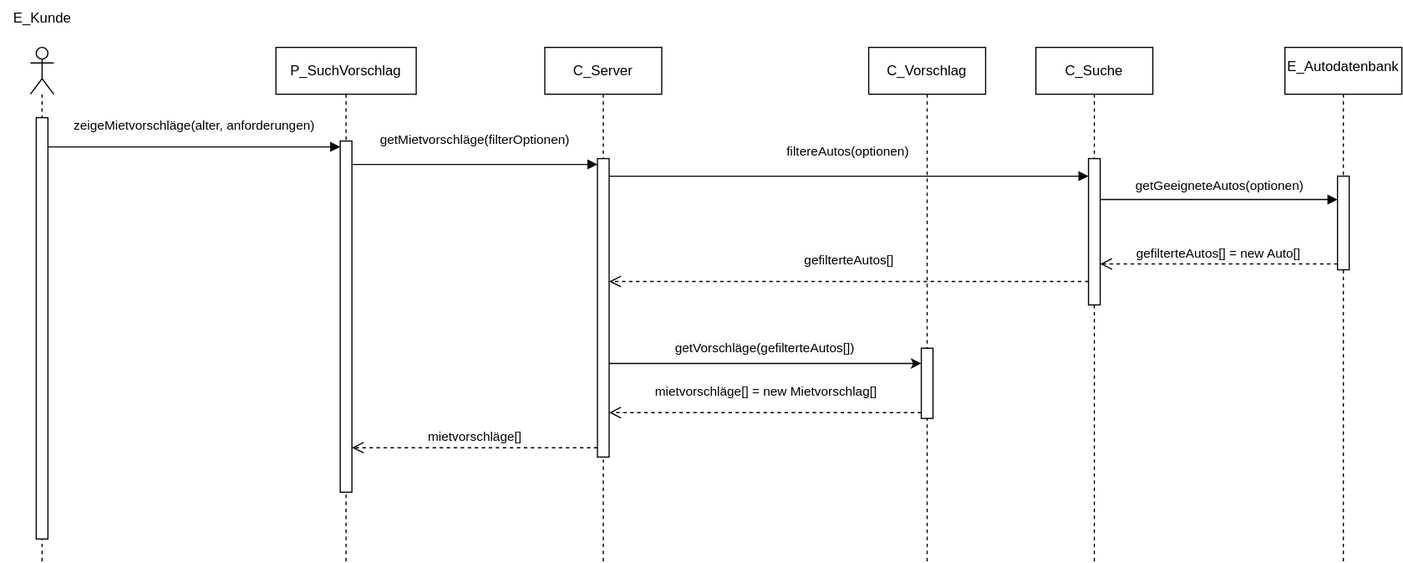
This is sw-eng-05.drawio.svg from MassimiIiano/software-eng-projects-uni, a draw.io export, as it was before one commit. Source tidied: cells renumbered, new cells last; positions are measured from the earlier drawing's top-left corner, leaving out a move shared by most shapes.
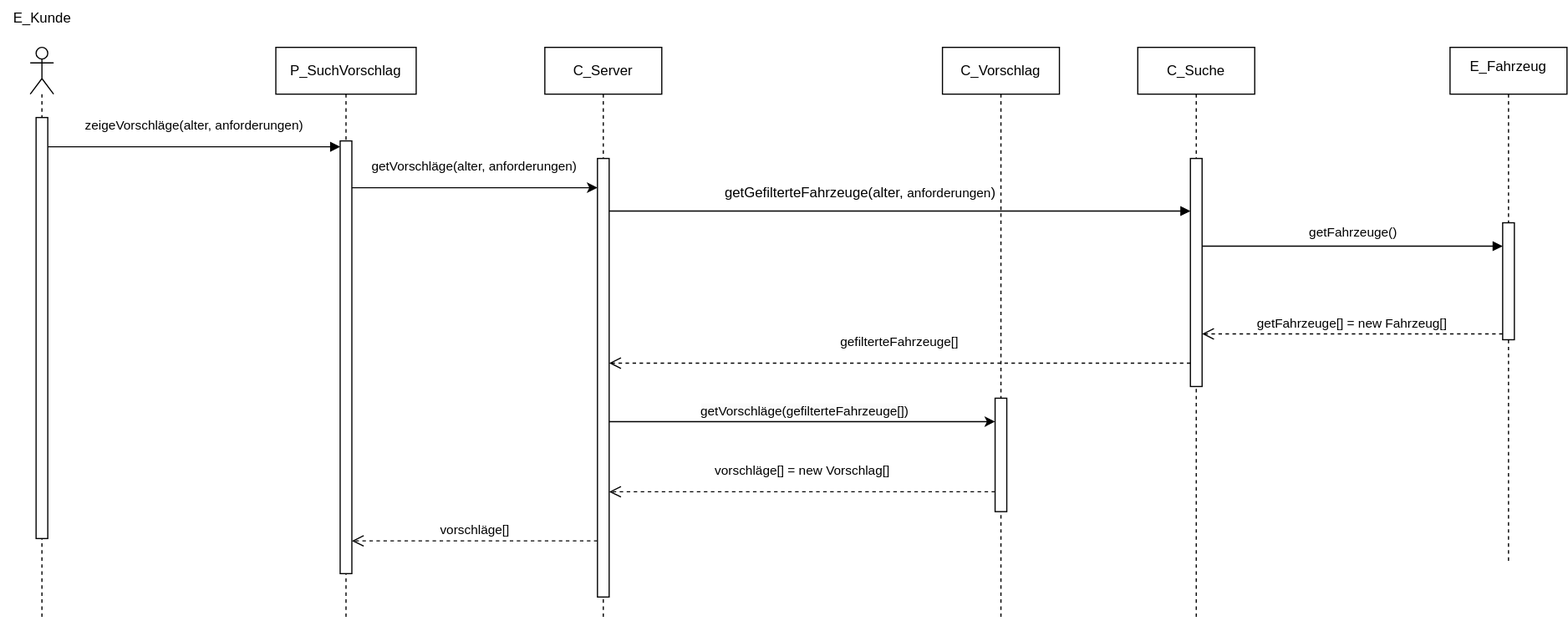
Above is the later version.

What changed in the source:
```diff
@@ -3,91 +3,101 @@
     <mxCell id="0" />
     <mxCell id="1" parent="0" />
     <mxCell id="2" style="shape=umlLifeline;perimeter=lifelinePerimeter;whiteSpace=wrap;html=1;newEdgeStyle={&quot;curved&quot;:0,&quot;rounded&quot;:0};participant=umlActor;" parent="1" vertex="1">
-      <mxGeometry x="25" y="40" width="20" height="440" as="geometry" />
+      <mxGeometry x="25" y="40" width="20" height="490" as="geometry" />
     </mxCell>
     <mxCell id="3" style="html=1;points=[[0,0,0,0,5],[0,1,0,0,-5],[1,0,0,0,5],[1,1,0,0,-5]];perimeter=orthogonalPerimeter;outlineConnect=0;targetShapes=umlLifeline;portConstraint=eastwest;newEdgeStyle={&quot;curved&quot;:0,&quot;rounded&quot;:0};" parent="2" vertex="1">
       <mxGeometry x="5" y="60" width="10" height="360" as="geometry" />
     </mxCell>
     <mxCell id="4" value="P_SuchVorschlag" style="shape=umlLifeline;perimeter=lifelinePerimeter;whiteSpace=wrap;html=1;newEdgeStyle={&quot;curved&quot;:0,&quot;rounded&quot;:0};" parent="1" vertex="1">
-      <mxGeometry x="235" y="40" width="120" height="440" as="geometry" />
+      <mxGeometry x="235" y="40" width="120" height="490" as="geometry" />
     </mxCell>
     <mxCell id="5" style="html=1;points=[[0,0,0,0,5],[0,1,0,0,-5],[1,0,0,0,5],[1,1,0,0,-5]];perimeter=orthogonalPerimeter;outlineConnect=0;targetShapes=umlLifeline;portConstraint=eastwest;newEdgeStyle={&quot;curved&quot;:0,&quot;rounded&quot;:0};" parent="4" vertex="1">
-      <mxGeometry x="55" y="80" width="10" height="300" as="geometry" />
+      <mxGeometry x="55" y="80" width="10" height="370" as="geometry" />
     </mxCell>
     <mxCell id="6" value="&lt;table&gt;&lt;tbody&gt;&lt;tr&gt;&lt;td&gt;C_Suche&lt;table&gt;&lt;tbody&gt;&lt;tr&gt;&lt;/tr&gt;&lt;/tbody&gt;&lt;/table&gt;&lt;/td&gt;&lt;/tr&gt;&lt;/tbody&gt;&lt;/table&gt;" style="shape=umlLifeline;perimeter=lifelinePerimeter;whiteSpace=wrap;html=1;newEdgeStyle={&quot;curved&quot;:0,&quot;rounded&quot;:0};" parent="1" vertex="1">
-      <mxGeometry x="885" y="40" width="100" height="440" as="geometry" />
+      <mxGeometry x="972" y="40" width="100" height="490" as="geometry" />
     </mxCell>
     <mxCell id="7" style="html=1;points=[[0,0,0,0,5],[0,1,0,0,-5],[1,0,0,0,5],[1,1,0,0,-5]];perimeter=orthogonalPerimeter;outlineConnect=0;targetShapes=umlLifeline;portConstraint=eastwest;newEdgeStyle={&quot;curved&quot;:0,&quot;rounded&quot;:0};" parent="6" vertex="1">
-      <mxGeometry x="45" y="95" width="10" height="125" as="geometry" />
+      <mxGeometry x="45" y="95" width="10" height="195" as="geometry" />
     </mxCell>
-    <mxCell id="8" value="&lt;table&gt;&lt;tbody&gt;&lt;tr&gt;&lt;td&gt;E_Autodatenbank&lt;/td&gt;&lt;/tr&gt;&lt;/tbody&gt;&lt;/table&gt;&lt;table&gt;&lt;tbody&gt;&lt;tr&gt;&lt;td&gt;&lt;/td&gt;&lt;/tr&gt;&lt;/tbody&gt;&lt;/table&gt;" style="shape=umlLifeline;perimeter=lifelinePerimeter;whiteSpace=wrap;html=1;newEdgeStyle={&quot;curved&quot;:0,&quot;rounded&quot;:0};" parent="1" vertex="1">
-      <mxGeometry x="1098" y="40" width="100" height="440" as="geometry" />
+    <mxCell id="8" value="&lt;table&gt;&lt;tbody&gt;&lt;tr&gt;&lt;td&gt;E_Fahrzeug&lt;/td&gt;&lt;/tr&gt;&lt;/tbody&gt;&lt;/table&gt;&lt;table&gt;&lt;tbody&gt;&lt;tr&gt;&lt;td&gt;&lt;/td&gt;&lt;/tr&gt;&lt;/tbody&gt;&lt;/table&gt;" style="shape=umlLifeline;perimeter=lifelinePerimeter;whiteSpace=wrap;html=1;newEdgeStyle={&quot;curved&quot;:0,&quot;rounded&quot;:0};" parent="1" vertex="1">
+      <mxGeometry x="1239" y="40" width="100" height="440" as="geometry" />
     </mxCell>
     <mxCell id="9" style="html=1;points=[[0,0,0,0,5],[0,1,0,0,-5],[1,0,0,0,5],[1,1,0,0,-5]];perimeter=orthogonalPerimeter;outlineConnect=0;targetShapes=umlLifeline;portConstraint=eastwest;newEdgeStyle={&quot;curved&quot;:0,&quot;rounded&quot;:0};" parent="8" vertex="1">
-      <mxGeometry x="45" y="110" width="10" height="80" as="geometry" />
+      <mxGeometry x="45" y="150" width="10" height="100" as="geometry" />
     </mxCell>
-    <mxCell id="10" value="&lt;table&gt;&lt;tbody&gt;&lt;tr&gt;&lt;td&gt;zeigeMietvorschläge(alter, anforderungen)&lt;/td&gt;&lt;/tr&gt;&lt;/tbody&gt;&lt;/table&gt;&lt;table&gt;&lt;tbody&gt;&lt;tr&gt;&lt;td&gt;&lt;/td&gt;&lt;/tr&gt;&lt;/tbody&gt;&lt;/table&gt;" style="html=1;verticalAlign=bottom;endArrow=block;curved=0;rounded=0;entryX=0;entryY=0;entryDx=0;entryDy=5;" parent="1" edge="1" source="3" target="5">
+    <mxCell id="10" value="&lt;table&gt;&lt;tbody&gt;&lt;tr&gt;&lt;td&gt;zeigeVorschläge(alter, anforderungen)&lt;/td&gt;&lt;/tr&gt;&lt;/tbody&gt;&lt;/table&gt;&lt;table&gt;&lt;tbody&gt;&lt;tr&gt;&lt;td&gt;&lt;/td&gt;&lt;/tr&gt;&lt;/tbody&gt;&lt;/table&gt;" style="html=1;verticalAlign=bottom;endArrow=block;curved=0;rounded=0;entryX=0;entryY=0;entryDx=0;entryDy=5;" parent="1" edge="1" source="3" target="5">
       <mxGeometry relative="1" as="geometry" />
     </mxCell>
-    <mxCell id="11" value="&lt;table&gt;&lt;tbody&gt;&lt;tr&gt;&lt;td&gt;&lt;table&gt;&lt;tbody&gt;&lt;tr&gt;&lt;td&gt;getMietvorschläge(filterOptionen)&lt;/td&gt;&lt;/tr&gt;&lt;/tbody&gt;&lt;/table&gt;&lt;table&gt;&lt;tbody&gt;&lt;tr&gt;&lt;td&gt;&lt;/td&gt;&lt;/tr&gt;&lt;/tbody&gt;&lt;/table&gt;&lt;table&gt;&lt;tbody&gt;&lt;tr&gt;&lt;/tr&gt;&lt;/tbody&gt;&lt;/table&gt;&lt;/td&gt;&lt;/tr&gt;&lt;/tbody&gt;&lt;/table&gt;" style="html=1;verticalAlign=bottom;endArrow=block;curved=0;rounded=0;entryX=0;entryY=0;entryDx=0;entryDy=5;entryPerimeter=0;" parent="1" edge="1" source="5" target="20">
-      <mxGeometry relative="1" as="geometry" />
-    </mxCell>
-    <mxCell id="12" value="&lt;table&gt;&lt;tbody&gt;&lt;tr&gt;&lt;td&gt;getGeeigneteAutos(optionen)&lt;/td&gt;&lt;/tr&gt;&lt;/tbody&gt;&lt;/table&gt;" style="html=1;verticalAlign=bottom;endArrow=block;curved=0;rounded=0;entryX=0;entryY=0;entryDx=0;entryDy=5;" parent="1" edge="1">
+    <mxCell id="12" value="&lt;table&gt;&lt;tbody&gt;&lt;tr&gt;&lt;td&gt;getFahrzeuge()&lt;/td&gt;&lt;/tr&gt;&lt;/tbody&gt;&lt;/table&gt;" style="html=1;verticalAlign=bottom;endArrow=block;curved=0;rounded=0;" parent="1" edge="1" target="9">
       <mxGeometry relative="1" as="geometry">
-        <mxPoint x="940" y="170" as="sourcePoint" />
-        <mxPoint x="1143" y="170" as="targetPoint" />
+        <mxPoint x="1027" y="210" as="sourcePoint" />
       </mxGeometry>
     </mxCell>
-    <mxCell id="13" value="gefilterteAutos[] = new Auto[]" style="html=1;verticalAlign=bottom;endArrow=open;dashed=1;endSize=8;curved=0;rounded=0;exitX=0;exitY=1;exitDx=0;exitDy=-5;" parent="1" edge="1" source="9" target="7">
+    <mxCell id="13" value="getFahrzeuge[] = new Fahrzeug[]" style="html=1;verticalAlign=bottom;endArrow=open;dashed=1;endSize=8;curved=0;rounded=0;exitX=0;exitY=1;exitDx=0;exitDy=-5;" parent="1" edge="1" source="9" target="7">
       <mxGeometry relative="1" as="geometry" />
     </mxCell>
     <mxCell id="14" value="E_Kunde" style="text;html=1;align=center;verticalAlign=middle;strokeColor=none;fillColor=none;" parent="1" vertex="1">
       <mxGeometry width="70" height="30" as="geometry" />
     </mxCell>
     <mxCell id="15" value="C_Vorschlag" style="shape=umlLifeline;perimeter=lifelinePerimeter;whiteSpace=wrap;html=1;newEdgeStyle={&quot;curved&quot;:0,&quot;rounded&quot;:0};" parent="1" vertex="1">
-      <mxGeometry x="742" y="40" width="100" height="440" as="geometry" />
+      <mxGeometry x="805" y="40" width="100" height="490" as="geometry" />
     </mxCell>
     <mxCell id="16" style="html=1;points=[[0,0,0,0,5],[0,1,0,0,-5],[1,0,0,0,5],[1,1,0,0,-5]];perimeter=orthogonalPerimeter;outlineConnect=0;targetShapes=umlLifeline;portConstraint=eastwest;newEdgeStyle={&quot;curved&quot;:0,&quot;rounded&quot;:0};" parent="15" vertex="1">
-      <mxGeometry x="45" y="257" width="10" height="60" as="geometry" />
+      <mxGeometry x="45" y="300" width="10" height="97" as="geometry" />
     </mxCell>
-    <mxCell id="17" value="mietvorschläge[]" style="html=1;verticalAlign=bottom;endArrow=open;dashed=1;endSize=8;curved=0;rounded=0;exitX=0;exitY=1;exitDx=0;exitDy=-5;exitPerimeter=0;" parent="1" edge="1">
+    <mxCell id="17" value="vorschläge[]" style="html=1;verticalAlign=bottom;endArrow=open;dashed=1;endSize=8;curved=0;rounded=0;exitX=0;exitY=1;exitDx=0;exitDy=-5;exitPerimeter=0;" parent="1" edge="1">
       <mxGeometry relative="1" as="geometry">
-        <mxPoint x="510" y="382" as="sourcePoint" />
-        <mxPoint x="300" y="382" as="targetPoint" />
+        <mxPoint x="510" y="462" as="sourcePoint" />
+        <mxPoint x="300" y="462" as="targetPoint" />
       </mxGeometry>
     </mxCell>
-    <mxCell id="18" value="&lt;table&gt;&lt;tbody&gt;&lt;tr&gt;&lt;td&gt;gefilterteAutos[]&lt;/td&gt;&lt;/tr&gt;&lt;/tbody&gt;&lt;/table&gt;&lt;table&gt;&lt;tbody&gt;&lt;tr&gt;&lt;td&gt;&lt;/td&gt;&lt;/tr&gt;&lt;/tbody&gt;&lt;/table&gt;" style="html=1;verticalAlign=bottom;endArrow=open;dashed=1;endSize=8;curved=0;rounded=0;exitX=0;exitY=1;exitDx=0;exitDy=-5;exitPerimeter=0;" parent="1" edge="1">
+    <mxCell id="18" value="&lt;table&gt;&lt;tbody&gt;&lt;tr&gt;&lt;td&gt;gefilterteFahrzeuge[]&lt;/td&gt;&lt;/tr&gt;&lt;/tbody&gt;&lt;/table&gt;&lt;table&gt;&lt;tbody&gt;&lt;tr&gt;&lt;td&gt;&lt;/td&gt;&lt;/tr&gt;&lt;/tbody&gt;&lt;/table&gt;" style="html=1;verticalAlign=bottom;endArrow=open;dashed=1;endSize=8;curved=0;rounded=0;" parent="1" edge="1" source="7">
       <mxGeometry relative="1" as="geometry">
-        <mxPoint x="930" y="240" as="sourcePoint" />
-        <mxPoint x="520" y="240" as="targetPoint" />
+        <mxPoint x="520" y="310" as="targetPoint" />
       </mxGeometry>
     </mxCell>
     <mxCell id="19" value="C_Server" style="shape=umlLifeline;perimeter=lifelinePerimeter;whiteSpace=wrap;html=1;newEdgeStyle={&quot;curved&quot;:0,&quot;rounded&quot;:0};" parent="1" vertex="1">
-      <mxGeometry x="465" y="40" width="100" height="440" as="geometry" />
+      <mxGeometry x="465" y="40" width="100" height="490" as="geometry" />
     </mxCell>
     <mxCell id="20" style="html=1;points=[[0,0,0,0,5],[0,1,0,0,-5],[1,0,0,0,5],[1,1,0,0,-5]];perimeter=orthogonalPerimeter;outlineConnect=0;targetShapes=umlLifeline;portConstraint=eastwest;newEdgeStyle={&quot;curved&quot;:0,&quot;rounded&quot;:0};" parent="19" vertex="1">
-      <mxGeometry x="45" y="95" width="10" height="255" as="geometry" />
+      <mxGeometry x="45" y="95" width="10" height="375" as="geometry" />
     </mxCell>
-    <mxCell id="21" value="&lt;table&gt;&lt;tbody&gt;&lt;tr&gt;&lt;td&gt;&lt;table&gt;&lt;tbody&gt;&lt;tr&gt;&lt;td&gt;filtereAutos(optionen)&lt;/td&gt;&lt;/tr&gt;&lt;/tbody&gt;&lt;/table&gt;&lt;table&gt;&lt;tbody&gt;&lt;tr&gt;&lt;td&gt;&lt;/td&gt;&lt;/tr&gt;&lt;/tbody&gt;&lt;/table&gt;&lt;table&gt;&lt;tbody&gt;&lt;tr&gt;&lt;/tr&gt;&lt;/tbody&gt;&lt;/table&gt;&lt;/td&gt;&lt;/tr&gt;&lt;/tbody&gt;&lt;/table&gt;" style="html=1;verticalAlign=bottom;endArrow=block;curved=0;rounded=0;entryX=0;entryY=0;entryDx=0;entryDy=5;exitX=1;exitY=0;exitDx=0;exitDy=5;exitPerimeter=0;entryPerimeter=0;" parent="1" edge="1">
-      <mxGeometry relative="1" as="geometry">
-        <mxPoint x="520" y="150" as="sourcePoint" />
-        <mxPoint x="930" y="150" as="targetPoint" />
+    <mxCell id="21" style="html=1;verticalAlign=bottom;endArrow=block;curved=0;rounded=0;exitX=1;exitY=0;exitDx=0;exitDy=5;exitPerimeter=0;" parent="1" edge="1" target="7">
+      <mxGeometry x="-0.05" relative="1" as="geometry">
+        <mxPoint x="520" y="180" as="sourcePoint" />
       </mxGeometry>
     </mxCell>
     <mxCell id="22" value="&lt;table&gt;&lt;tbody&gt;&lt;tr&gt;&lt;td&gt;&lt;/td&gt;&lt;/tr&gt;&lt;/tbody&gt;&lt;/table&gt;" style="text;html=1;align=center;verticalAlign=middle;strokeColor=none;fillColor=none;" parent="1" vertex="1">
-      <mxGeometry x="630" y="280" width="30" height="20" as="geometry" />
+      <mxGeometry x="630" y="360" width="30" height="20" as="geometry" />
     </mxCell>
-    <mxCell id="23" value="&lt;table&gt;&lt;tbody&gt;&lt;tr&gt;&lt;td&gt;mietvorschläge[] = new Mietvorschlag[]&lt;br&gt;&lt;/td&gt;&lt;/tr&gt;&lt;/tbody&gt;&lt;/table&gt;&lt;table&gt;&lt;tbody&gt;&lt;tr&gt;&lt;td&gt;&lt;/td&gt;&lt;/tr&gt;&lt;/tbody&gt;&lt;/table&gt;" style="html=1;verticalAlign=bottom;endArrow=open;dashed=1;endSize=8;curved=0;rounded=0;exitX=0;exitY=1;exitDx=0;exitDy=-5;exitPerimeter=0;" parent="1" edge="1" source="16">
+    <mxCell id="23" value="&lt;table&gt;&lt;tbody&gt;&lt;tr&gt;&lt;td&gt;vorschläge[] = new Vorschlag[]&lt;br&gt;&lt;/td&gt;&lt;/tr&gt;&lt;/tbody&gt;&lt;/table&gt;&lt;table&gt;&lt;tbody&gt;&lt;tr&gt;&lt;td&gt;&lt;/td&gt;&lt;/tr&gt;&lt;/tbody&gt;&lt;/table&gt;" style="html=1;verticalAlign=bottom;endArrow=open;dashed=1;endSize=8;curved=0;rounded=0;exitX=0;exitY=1;exitDx=0;exitDy=-5;exitPerimeter=0;" parent="1" edge="1">
       <mxGeometry relative="1" as="geometry">
-        <mxPoint x="520" y="352" as="targetPoint" />
+        <mxPoint x="850" y="420" as="sourcePoint" />
+        <mxPoint x="520" y="420" as="targetPoint" />
       </mxGeometry>
     </mxCell>
-    <mxCell id="24" value="&lt;br&gt;&lt;span style=&quot;color: rgb(0, 0, 0); font-family: Helvetica; font-style: normal; font-variant-ligatures: normal; font-variant-caps: normal; font-weight: 400; letter-spacing: normal; orphans: 2; text-align: center; text-indent: 0px; text-transform: none; widows: 2; word-spacing: 0px; -webkit-text-stroke-width: 0px; white-space: nowrap; background-color: rgb(251, 251, 251); text-decoration-thickness: initial; text-decoration-style: initial; text-decoration-color: initial; float: none; display: inline !important;&quot;&gt;&lt;font style=&quot;font-size: 11px;&quot;&gt;getVorschläge(gefilterteAutos[])&lt;/font&gt;&lt;/span&gt;" style="endArrow=classic;html=1;rounded=0;" parent="1" edge="1" source="20" target="16">
-      <mxGeometry y="20" relative="1" as="geometry">
+    <mxCell id="24" value="&lt;br&gt;&lt;span style=&quot;color: rgb(0, 0, 0); font-family: Helvetica; font-style: normal; font-variant-ligatures: normal; font-variant-caps: normal; letter-spacing: normal; orphans: 2; text-align: center; text-indent: 0px; text-transform: none; widows: 2; word-spacing: 0px; -webkit-text-stroke-width: 0px; white-space: nowrap; background-color: rgb(251, 251, 251); text-decoration-thickness: initial; text-decoration-style: initial; text-decoration-color: initial; float: none; display: inline !important;&quot;&gt;&lt;font style=&quot;font-size: 11px;&quot;&gt;getVorschläge(gefilterteFahrzeuge[])&lt;/font&gt;&lt;/span&gt;" style="endArrow=classic;html=1;rounded=0;verticalAlign=bottom;" parent="1" edge="1">
+      <mxGeometry x="0.01" relative="1" as="geometry">
+        <mxPoint x="520" y="360" as="sourcePoint" />
+        <mxPoint x="850" y="360" as="targetPoint" />
         <Array as="points">
-          <mxPoint x="645" y="310" />
+          <mxPoint x="645" y="360" />
         </Array>
       </mxGeometry>
     </mxCell>
+    <mxCell id="11" style="endArrow=classic;html=1;rounded=0;" parent="1" edge="1" source="5" target="20">
+      <mxGeometry relative="1" as="geometry">
+        <Array as="points">
+          <mxPoint x="405" y="160" />
+        </Array>
+      </mxGeometry>
+    </mxCell>
+    <mxCell id="25" value="&lt;table&gt;&lt;tbody&gt;&lt;tr&gt;&lt;td&gt;&lt;table style=&quot;font-size: 11px; text-wrap-mode: nowrap; background-color: rgb(255, 255, 255);&quot;&gt;&lt;tbody&gt;&lt;tr&gt;&lt;td&gt;getVorschläge(alter, anforderungen)&lt;br&gt;&lt;/td&gt;&lt;/tr&gt;&lt;/tbody&gt;&lt;/table&gt;&lt;table style=&quot;font-size: 11px; text-wrap-mode: nowrap; background-color: rgb(255, 255, 255);&quot;&gt;&lt;tbody&gt;&lt;tr&gt;&lt;td&gt;&lt;/td&gt;&lt;/tr&gt;&lt;/tbody&gt;&lt;/table&gt;&lt;table style=&quot;font-size: 11px; text-wrap-mode: nowrap; background-color: rgb(255, 255, 255);&quot;&gt;&lt;tbody&gt;&lt;/tbody&gt;&lt;/table&gt;&lt;/td&gt;&lt;/tr&gt;&lt;/tbody&gt;&lt;/table&gt;" style="text;html=1;align=center;verticalAlign=middle;whiteSpace=wrap;rounded=0;" parent="1" vertex="1">
+      <mxGeometry x="395" y="130" width="20" height="30" as="geometry" />
+    </mxCell>
+    <mxCell id="26" value="getGefilterteFahrzeuge(alter,&amp;nbsp;&lt;span style=&quot;font-size: 11px; text-wrap-mode: nowrap; background-color: rgb(255, 255, 255);&quot;&gt;anforderungen&lt;/span&gt;)" style="text;html=1;align=center;verticalAlign=middle;whiteSpace=wrap;rounded=0;" parent="1" vertex="1">
+      <mxGeometry x="705" y="150" width="60" height="30" as="geometry" />
+    </mxCell>
   </root>
 </mxGraphModel>
```
